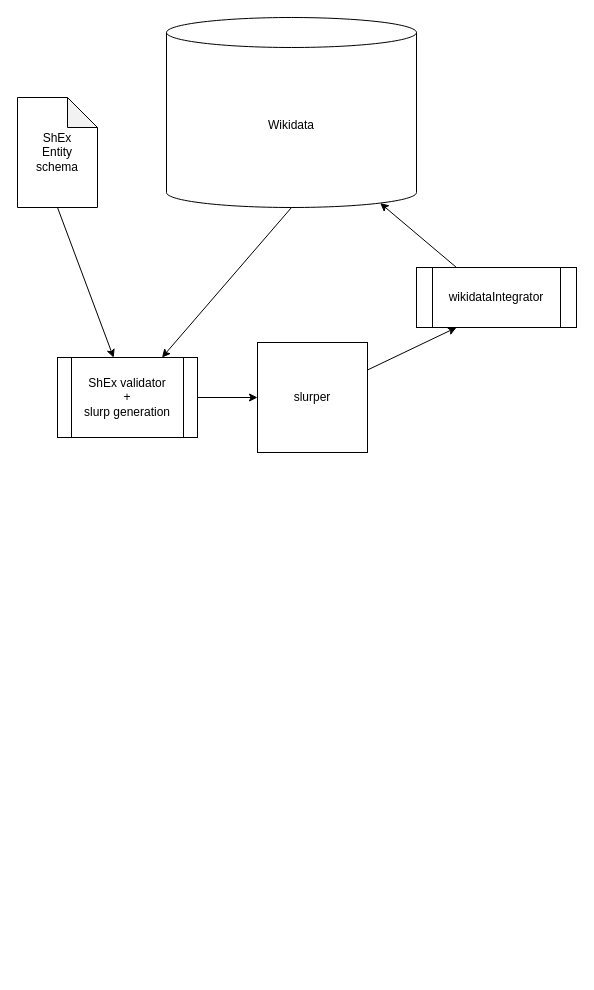
This is Untitled Diagram.drawio from labratests/wdsubsetting, a draw.io file, before an edit. Source tidied: cells renumbered, new cells numbered last; positions are measured from the earlier drawing's top-left corner, leaving out a move shared by most shapes. Both pictures are drawn from the tidied source at 100%, with x=0, y=0 at pixel (17, 17).
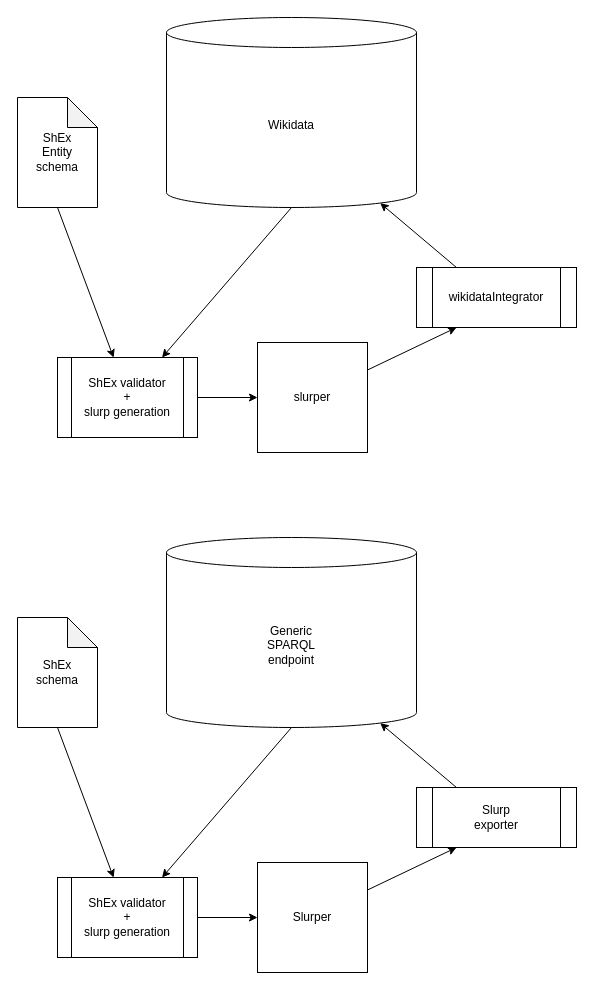
Above is the later version.

Diff of the diagram source:
```diff
@@
+    <mxCell id="12" value="Generic&lt;br&gt;SPARQL&lt;br&gt;endpoint" style="shape=cylinder3;whiteSpace=wrap;html=1;boundedLbl=1;backgroundOutline=1;size=15;" parent="1" vertex="1">
+      <mxGeometry x="149" y="520" width="250" height="190" as="geometry" />
+    </mxCell>
+    <mxCell id="13" value="ShEx&lt;br&gt;schema" style="shape=note;whiteSpace=wrap;html=1;backgroundOutline=1;darkOpacity=0.05;" parent="1" vertex="1">
+      <mxGeometry y="600" width="80" height="110" as="geometry" />
+    </mxCell>
+    <mxCell id="14" style="endArrow=classic;html=1;exitX=0.5;exitY=1;exitDx=0;exitDy=0;exitPerimeter=0;" parent="1" edge="1" source="12" target="16">
+      <mxGeometry relative="1" as="geometry" />
+    </mxCell>
+    <mxCell id="15" style="endArrow=classic;html=1;exitX=0.5;exitY=1;exitDx=0;exitDy=0;exitPerimeter=0;entryX=0.401;entryY=0.002;entryDx=0;entryDy=0;entryPerimeter=0;" parent="1" edge="1" source="13" target="16">
+      <mxGeometry relative="1" as="geometry" />
+    </mxCell>
+    <mxCell id="16" value="ShEx validator&lt;br&gt;+&lt;br&gt;slurp generation" style="shape=process;whiteSpace=wrap;html=1;backgroundOutline=1;" parent="1" vertex="1">
+      <mxGeometry x="40" y="860" width="140" height="80" as="geometry" />
+    </mxCell>
+    <mxCell id="17" value="Slurper" style="whiteSpace=wrap;html=1;" parent="1" vertex="1">
+      <mxGeometry x="240" y="845" width="110" height="110" as="geometry" />
+    </mxCell>
+    <mxCell id="18" style="endArrow=classic;html=1;entryX=0;entryY=0.5;entryDx=0;entryDy=0;exitX=1;exitY=0.5;exitDx=0;exitDy=0;" parent="1" edge="1" source="16" target="17">
+      <mxGeometry relative="1" as="geometry" />
+    </mxCell>
+    <mxCell id="19" value="Slurp&lt;br&gt;exporter" style="shape=process;whiteSpace=wrap;html=1;backgroundOutline=1;" parent="1" vertex="1">
+      <mxGeometry x="399" y="770" width="160" height="60" as="geometry" />
+    </mxCell>
+    <mxCell id="20" style="endArrow=classic;html=1;exitX=1;exitY=0.25;exitDx=0;exitDy=0;entryX=0.25;entryY=1;entryDx=0;entryDy=0;" parent="1" edge="1" source="17" target="19">
+      <mxGeometry relative="1" as="geometry" />
+    </mxCell>
+    <mxCell id="21" style="endArrow=classic;html=1;exitX=0.25;exitY=0;exitDx=0;exitDy=0;entryX=0.855;entryY=1;entryDx=0;entryDy=-4.35;entryPerimeter=0;" parent="1" edge="1" source="19" target="12">
+      <mxGeometry relative="1" as="geometry" />
+    </mxCell>
```
